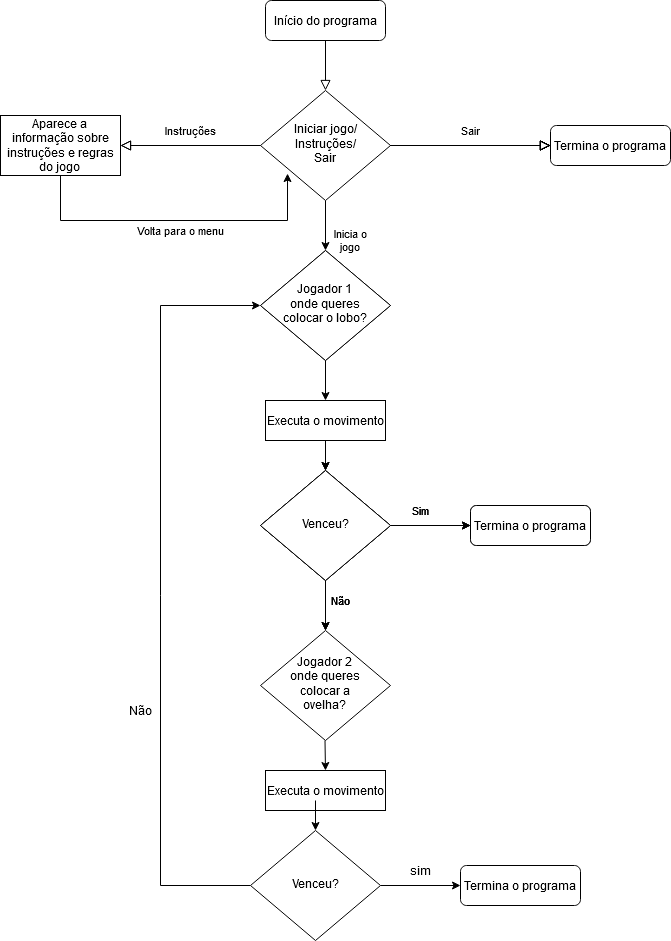
Earlier version of the draw.io export images/Fluxograma.png (FPTheFluffyPawed/Project1_LP12019). Source tidied: cells renumbered, new cells last; positions are measured from the earlier drawing's top-left corner, leaving out a move shared by most shapes. The source it was exported from:
```xml
<mxGraphModel>
  <root>
    <mxCell id="0" />
    <mxCell id="1" parent="0" />
    <mxCell id="2" style="rounded=0;html=1;jettySize=auto;fontSize=11;endArrow=block;endFill=0;endSize=8;strokeWidth=1;shadow=0;labelBackgroundColor=none;edgeStyle=orthogonalEdgeStyle;" parent="1" edge="1" source="3" target="7">
      <mxGeometry relative="1" as="geometry" />
    </mxCell>
    <mxCell id="3" value="Início do programa" style="rounded=1;whiteSpace=wrap;html=1;fontSize=12;glass=0;strokeWidth=1;shadow=0;" parent="1" vertex="1">
      <mxGeometry x="265" width="120" height="40" as="geometry" />
    </mxCell>
    <mxCell id="4" value="Instruções" style="rounded=0;html=1;jettySize=auto;fontSize=11;endArrow=block;endFill=0;endSize=8;strokeWidth=1;shadow=0;labelBackgroundColor=none;edgeStyle=orthogonalEdgeStyle;" parent="1" edge="1" source="7">
      <mxGeometry y="-15" relative="1" as="geometry">
        <mxPoint x="120" y="145" as="targetPoint" />
      </mxGeometry>
    </mxCell>
    <mxCell id="5" value="&lt;div&gt;Sair&lt;/div&gt;" style="edgeStyle=orthogonalEdgeStyle;rounded=0;html=1;jettySize=auto;fontSize=11;endArrow=block;endFill=0;endSize=8;strokeWidth=1;shadow=0;labelBackgroundColor=none;" parent="1" edge="1" source="7" target="8">
      <mxGeometry y="15" relative="1" as="geometry" />
    </mxCell>
    <mxCell id="6" style="edgeStyle=orthogonalEdgeStyle;rounded=0;jettySize=auto;html=1;" parent="1" edge="1" source="7">
      <mxGeometry relative="1" as="geometry">
        <mxPoint x="325" y="250" as="targetPoint" />
      </mxGeometry>
    </mxCell>
    <mxCell id="7" value="&lt;div&gt;Iniciar jogo/&lt;/div&gt;&lt;div&gt;Instruções/&lt;/div&gt;&lt;div&gt;Sair&lt;br&gt;&lt;/div&gt;" style="rhombus;whiteSpace=wrap;html=1;shadow=0;fontFamily=Helvetica;fontSize=12;align=center;strokeWidth=1;spacing=6;spacingTop=-4;" parent="1" vertex="1">
      <mxGeometry x="260" y="90" width="130" height="110" as="geometry" />
    </mxCell>
    <mxCell id="8" value="Termina o programa" style="rounded=1;whiteSpace=wrap;html=1;fontSize=12;glass=0;strokeWidth=1;shadow=0;" parent="1" vertex="1">
      <mxGeometry x="550" y="125" width="120" height="40" as="geometry" />
    </mxCell>
    <mxCell id="9" style="edgeStyle=orthogonalEdgeStyle;rounded=0;jettySize=auto;html=1;entryX=0.208;entryY=0.755;entryDx=0;entryDy=0;entryPerimeter=0;" parent="1" edge="1" source="10" target="7">
      <mxGeometry relative="1" as="geometry">
        <Array as="points">
          <mxPoint x="60" y="220" />
          <mxPoint x="287" y="220" />
        </Array>
      </mxGeometry>
    </mxCell>
    <mxCell id="10" value="&lt;div&gt;Aparece a &lt;br&gt;&lt;/div&gt;&lt;div&gt;informação sobre instruções e regras do jogo&lt;br&gt;&lt;/div&gt;" style="rounded=0;whiteSpace=wrap;html=1;" parent="1" vertex="1">
      <mxGeometry y="115" width="120" height="60" as="geometry" />
    </mxCell>
    <mxCell id="11" value="Volta para o menu" style="rounded=0;html=1;jettySize=auto;orthogonalLoop=1;fontSize=11;endArrow=block;endFill=0;endSize=8;strokeWidth=1;shadow=0;labelBackgroundColor=none;edgeStyle=orthogonalEdgeStyle;" parent="1" edge="1">
      <mxGeometry x="0.14" y="85" relative="1" as="geometry">
        <mxPoint x="260" y="145" as="sourcePoint" />
        <mxPoint x="120" y="145" as="targetPoint" />
      </mxGeometry>
    </mxCell>
    <mxCell id="12" value="&lt;div&gt;Inicia o &lt;br&gt;&lt;/div&gt;&lt;div&gt;jogo&lt;br&gt;&lt;/div&gt;" style="edgeStyle=orthogonalEdgeStyle;rounded=0;html=1;jettySize=auto;orthogonalLoop=1;fontSize=11;endArrow=block;endFill=0;endSize=8;strokeWidth=1;shadow=0;labelBackgroundColor=none;" parent="1" edge="1">
      <mxGeometry x="-1" y="-103" relative="1" as="geometry">
        <mxPoint x="390" y="145" as="sourcePoint" />
        <mxPoint x="550" y="145" as="targetPoint" />
        <mxPoint x="-40" y="-8" as="offset" />
      </mxGeometry>
    </mxCell>
    <mxCell id="13" style="edgeStyle=orthogonalEdgeStyle;rounded=0;jettySize=auto;html=1;" parent="1" edge="1" source="14">
      <mxGeometry relative="1" as="geometry">
        <mxPoint x="325" y="400" as="targetPoint" />
      </mxGeometry>
    </mxCell>
    <mxCell id="14" value="&lt;div&gt;Jogador 1&lt;/div&gt;&lt;div&gt;onde queres&lt;/div&gt;&lt;div&gt;colocar o lobo?&lt;br&gt;&lt;/div&gt;" style="rhombus;whiteSpace=wrap;html=1;shadow=0;fontFamily=Helvetica;fontSize=12;align=center;strokeWidth=1;spacing=6;spacingTop=-4;" parent="1" vertex="1">
      <mxGeometry x="260" y="250" width="130" height="110" as="geometry" />
    </mxCell>
    <mxCell id="15" style="edgeStyle=orthogonalEdgeStyle;rounded=0;jettySize=auto;html=1;" parent="1" edge="1" source="16" target="20">
      <mxGeometry relative="1" as="geometry" />
    </mxCell>
    <mxCell id="16" value="Executa o movimento" style="rounded=0;whiteSpace=wrap;html=1;" parent="1" vertex="1">
      <mxGeometry x="265" y="400" width="120" height="40" as="geometry" />
    </mxCell>
    <mxCell id="17" value="&lt;div&gt;Jogador 1&lt;/div&gt;&lt;div&gt;onde queres&lt;/div&gt;&lt;div&gt;colocar o lobo?&lt;br&gt;&lt;/div&gt;" style="rhombus;whiteSpace=wrap;html=1;shadow=0;fontFamily=Helvetica;fontSize=12;align=center;strokeWidth=1;spacing=6;spacingTop=-4;" parent="1" vertex="1">
      <mxGeometry x="260" y="250" width="130" height="110" as="geometry" />
    </mxCell>
    <mxCell id="18" style="edgeStyle=orthogonalEdgeStyle;rounded=0;jettySize=auto;html=1;" parent="1" edge="1" source="20">
      <mxGeometry relative="1" as="geometry">
        <mxPoint x="470" y="525" as="targetPoint" />
      </mxGeometry>
    </mxCell>
    <mxCell id="19" style="edgeStyle=orthogonalEdgeStyle;rounded=0;jettySize=auto;html=1;" parent="1" edge="1" source="20" target="21">
      <mxGeometry relative="1" as="geometry" />
    </mxCell>
    <mxCell id="20" value="Venceu?" style="rhombus;whiteSpace=wrap;html=1;shadow=0;fontFamily=Helvetica;fontSize=12;align=center;strokeWidth=1;spacing=6;spacingTop=-4;" parent="1" vertex="1">
      <mxGeometry x="260" y="470" width="130" height="110" as="geometry" />
    </mxCell>
    <mxCell id="21" value="&lt;div&gt;Jogador 2&lt;/div&gt;&lt;div&gt;onde queres &lt;br&gt;&lt;/div&gt;&lt;div&gt;colocar a &lt;br&gt;&lt;/div&gt;&lt;div&gt;ovelha?&lt;br&gt;&lt;/div&gt;" style="rhombus;whiteSpace=wrap;html=1;shadow=0;fontFamily=Helvetica;fontSize=12;align=center;strokeWidth=1;spacing=6;spacingTop=-4;" parent="1" vertex="1">
      <mxGeometry x="260" y="630" width="130" height="110" as="geometry" />
    </mxCell>
    <mxCell id="22" value="Termina o programa" style="rounded=1;whiteSpace=wrap;html=1;fontSize=12;glass=0;strokeWidth=1;shadow=0;" parent="1" vertex="1">
      <mxGeometry x="470" y="505" width="120" height="40" as="geometry" />
    </mxCell>
    <mxCell id="23" value="Sim" style="edgeStyle=orthogonalEdgeStyle;rounded=0;html=1;jettySize=auto;orthogonalLoop=1;fontSize=11;endArrow=block;endFill=0;endSize=8;strokeWidth=1;shadow=0;labelBackgroundColor=none;" parent="1" edge="1">
      <mxGeometry x="-0.62" y="-365" relative="1" as="geometry">
        <mxPoint x="390" y="145" as="sourcePoint" />
        <mxPoint x="550" y="145" as="targetPoint" />
      </mxGeometry>
    </mxCell>
    <mxCell id="24" value="Não" style="edgeStyle=orthogonalEdgeStyle;rounded=0;html=1;jettySize=auto;orthogonalLoop=1;fontSize=11;endArrow=block;endFill=0;endSize=8;strokeWidth=1;shadow=0;labelBackgroundColor=none;" parent="1" edge="1">
      <mxGeometry x="-1" y="-458" relative="1" as="geometry">
        <mxPoint x="390" y="145" as="sourcePoint" />
        <mxPoint x="550" y="145" as="targetPoint" />
        <mxPoint x="-50" y="-3" as="offset" />
      </mxGeometry>
    </mxCell>
    <mxCell id="25" style="edgeStyle=orthogonalEdgeStyle;rounded=0;orthogonalLoop=1;jettySize=auto;html=1;" parent="1" edge="1">
      <mxGeometry relative="1" as="geometry">
        <mxPoint x="324.5" y="740" as="sourcePoint" />
        <mxPoint x="325" y="770" as="targetPoint" />
      </mxGeometry>
    </mxCell>
    <mxCell id="26" value="Executa o movimento" style="rounded=0;whiteSpace=wrap;html=1;" parent="1" vertex="1">
      <mxGeometry x="265" y="770" width="120" height="40" as="geometry" />
    </mxCell>
    <mxCell id="27" style="edgeStyle=orthogonalEdgeStyle;rounded=0;jettySize=auto;html=1;" parent="1" edge="1" target="30">
      <mxGeometry relative="1" as="geometry">
        <mxPoint x="325" y="440" as="sourcePoint" />
      </mxGeometry>
    </mxCell>
    <mxCell id="28" style="edgeStyle=orthogonalEdgeStyle;rounded=0;jettySize=auto;html=1;" parent="1" edge="1" source="30">
      <mxGeometry relative="1" as="geometry">
        <mxPoint x="470" y="525" as="targetPoint" />
      </mxGeometry>
    </mxCell>
    <mxCell id="29" style="edgeStyle=orthogonalEdgeStyle;rounded=0;jettySize=auto;html=1;" parent="1" edge="1" source="30">
      <mxGeometry relative="1" as="geometry">
        <mxPoint x="325" y="630" as="targetPoint" />
      </mxGeometry>
    </mxCell>
    <mxCell id="30" value="Venceu?" style="rhombus;whiteSpace=wrap;html=1;shadow=0;fontFamily=Helvetica;fontSize=12;align=center;strokeWidth=1;spacing=6;spacingTop=-4;" parent="1" vertex="1">
      <mxGeometry x="260" y="470" width="130" height="110" as="geometry" />
    </mxCell>
    <mxCell id="31" value="Sim" style="edgeStyle=orthogonalEdgeStyle;rounded=0;html=1;jettySize=auto;orthogonalLoop=1;fontSize=11;endArrow=block;endFill=0;endSize=8;strokeWidth=1;shadow=0;labelBackgroundColor=none;" parent="1" edge="1">
      <mxGeometry x="-0.62" y="-365" relative="1" as="geometry">
        <mxPoint x="390" y="145" as="sourcePoint" />
        <mxPoint x="550" y="145" as="targetPoint" />
      </mxGeometry>
    </mxCell>
    <mxCell id="32" value="Não" style="edgeStyle=orthogonalEdgeStyle;rounded=0;html=1;jettySize=auto;orthogonalLoop=1;fontSize=11;endArrow=block;endFill=0;endSize=8;strokeWidth=1;shadow=0;labelBackgroundColor=none;" parent="1" edge="1">
      <mxGeometry x="-1" y="-458" relative="1" as="geometry">
        <mxPoint x="390" y="145" as="sourcePoint" />
        <mxPoint x="550" y="145" as="targetPoint" />
        <mxPoint x="-50" y="-3" as="offset" />
      </mxGeometry>
    </mxCell>
    <mxCell id="33" value="Termina o programa" style="rounded=1;whiteSpace=wrap;html=1;fontSize=12;glass=0;strokeWidth=1;shadow=0;" parent="1" vertex="1">
      <mxGeometry x="470" y="505" width="120" height="40" as="geometry" />
    </mxCell>
    <mxCell id="34" style="edgeStyle=orthogonalEdgeStyle;rounded=0;jettySize=auto;html=1;" parent="1" edge="1" target="37">
      <mxGeometry relative="1" as="geometry">
        <mxPoint x="325" y="440" as="sourcePoint" />
      </mxGeometry>
    </mxCell>
    <mxCell id="35" style="edgeStyle=orthogonalEdgeStyle;rounded=0;jettySize=auto;html=1;" parent="1" edge="1" source="37">
      <mxGeometry relative="1" as="geometry">
        <mxPoint x="470" y="525" as="targetPoint" />
      </mxGeometry>
    </mxCell>
    <mxCell id="36" style="edgeStyle=orthogonalEdgeStyle;rounded=0;jettySize=auto;html=1;" parent="1" edge="1" source="37">
      <mxGeometry relative="1" as="geometry">
        <mxPoint x="325" y="630" as="targetPoint" />
      </mxGeometry>
    </mxCell>
    <mxCell id="37" value="Venceu?" style="rhombus;whiteSpace=wrap;html=1;shadow=0;fontFamily=Helvetica;fontSize=12;align=center;strokeWidth=1;spacing=6;spacingTop=-4;" parent="1" vertex="1">
      <mxGeometry x="260" y="470" width="130" height="110" as="geometry" />
    </mxCell>
    <mxCell id="38" value="Não" style="edgeStyle=orthogonalEdgeStyle;rounded=0;html=1;jettySize=auto;orthogonalLoop=1;fontSize=11;endArrow=block;endFill=0;endSize=8;strokeWidth=1;shadow=0;labelBackgroundColor=none;" parent="1" edge="1">
      <mxGeometry x="-1" y="-458" relative="1" as="geometry">
        <mxPoint x="390" y="145" as="sourcePoint" />
        <mxPoint x="550" y="145" as="targetPoint" />
        <mxPoint x="-50" y="-3" as="offset" />
      </mxGeometry>
    </mxCell>
    <mxCell id="39" value="Termina o programa" style="rounded=1;whiteSpace=wrap;html=1;fontSize=12;glass=0;strokeWidth=1;shadow=0;" parent="1" vertex="1">
      <mxGeometry x="460" y="865" width="120" height="40" as="geometry" />
    </mxCell>
    <mxCell id="40" style="edgeStyle=orthogonalEdgeStyle;rounded=0;jettySize=auto;html=1;" parent="1" edge="1" target="43">
      <mxGeometry relative="1" as="geometry">
        <mxPoint x="315" y="800" as="sourcePoint" />
      </mxGeometry>
    </mxCell>
    <mxCell id="41" style="edgeStyle=orthogonalEdgeStyle;rounded=0;jettySize=auto;html=1;" parent="1" edge="1" source="43">
      <mxGeometry relative="1" as="geometry">
        <mxPoint x="460" y="885" as="targetPoint" />
      </mxGeometry>
    </mxCell>
    <mxCell id="42" style="edgeStyle=orthogonalEdgeStyle;rounded=0;jettySize=auto;html=1;entryX=0;entryY=0.5;entryDx=0;entryDy=0;" parent="1" edge="1" source="43" target="17">
      <mxGeometry relative="1" as="geometry">
        <Array as="points">
          <mxPoint x="160" y="885" />
          <mxPoint x="160" y="305" />
        </Array>
      </mxGeometry>
    </mxCell>
    <mxCell id="43" value="Venceu?" style="rhombus;whiteSpace=wrap;html=1;shadow=0;fontFamily=Helvetica;fontSize=12;align=center;strokeWidth=1;spacing=6;spacingTop=-4;" parent="1" vertex="1">
      <mxGeometry x="250" y="830" width="130" height="110" as="geometry" />
    </mxCell>
    <mxCell id="44" value="&lt;div&gt;sim&lt;/div&gt;" style="text;html=1;strokeColor=none;fillColor=none;align=center;verticalAlign=middle;whiteSpace=wrap;rounded=0;" parent="1" vertex="1">
      <mxGeometry x="400" y="860" width="40" height="20" as="geometry" />
    </mxCell>
    <mxCell id="45" value="Não" style="text;html=1;strokeColor=none;fillColor=none;align=center;verticalAlign=middle;whiteSpace=wrap;rounded=0;" parent="1" vertex="1">
      <mxGeometry x="120" y="700" width="40" height="20" as="geometry" />
    </mxCell>
  </root>
</mxGraphModel>
```
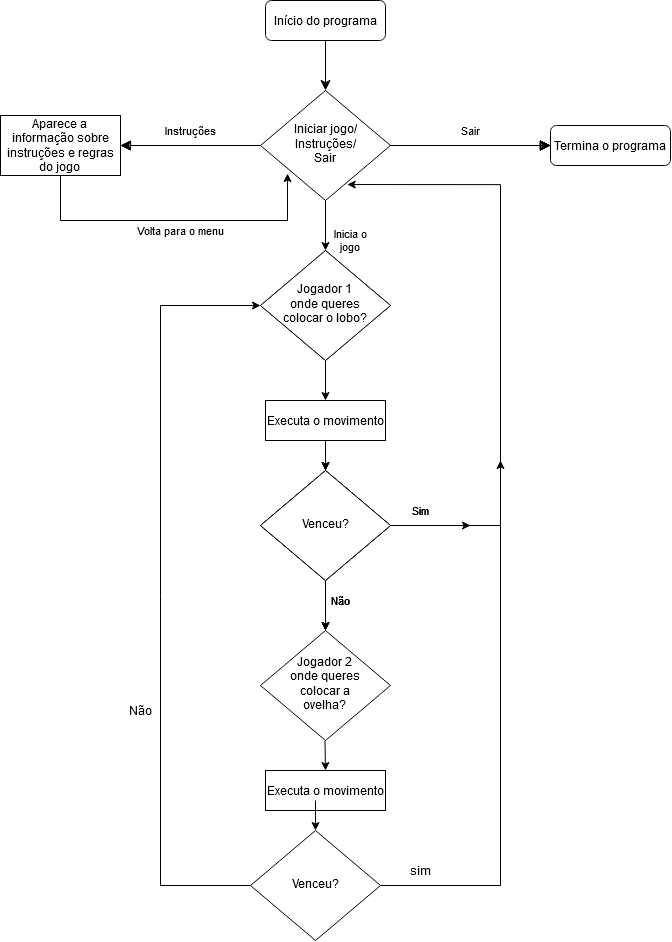
Later version of the same file.

Diff of the diagram source:
```diff
@@ -2,7 +2,7 @@
   <root>
     <mxCell id="0" />
     <mxCell id="1" parent="0" />
-    <mxCell id="2" style="rounded=0;html=1;jettySize=auto;fontSize=11;endArrow=block;endFill=0;endSize=8;strokeWidth=1;shadow=0;labelBackgroundColor=none;edgeStyle=orthogonalEdgeStyle;" parent="1" edge="1" source="3" target="7">
+    <mxCell id="2" style="rounded=0;html=1;jettySize=auto;fontSize=11;endArrow=classic;endFill=1;endSize=8;strokeWidth=1;shadow=0;labelBackgroundColor=none;edgeStyle=orthogonalEdgeStyle;" parent="1" edge="1" source="3" target="7">
       <mxGeometry relative="1" as="geometry" />
     </mxCell>
     <mxCell id="3" value="Início do programa" style="rounded=1;whiteSpace=wrap;html=1;fontSize=12;glass=0;strokeWidth=1;shadow=0;" parent="1" vertex="1">
@@ -38,7 +38,7 @@
     <mxCell id="10" value="&lt;div&gt;Aparece a &lt;br&gt;&lt;/div&gt;&lt;div&gt;informação sobre instruções e regras do jogo&lt;br&gt;&lt;/div&gt;" style="rounded=0;whiteSpace=wrap;html=1;" parent="1" vertex="1">
       <mxGeometry y="115" width="120" height="60" as="geometry" />
     </mxCell>
-    <mxCell id="11" value="Volta para o menu" style="rounded=0;html=1;jettySize=auto;orthogonalLoop=1;fontSize=11;endArrow=block;endFill=0;endSize=8;strokeWidth=1;shadow=0;labelBackgroundColor=none;edgeStyle=orthogonalEdgeStyle;" parent="1" edge="1">
+    <mxCell id="11" value="Volta para o menu" style="rounded=0;html=1;jettySize=auto;orthogonalLoop=1;fontSize=11;endArrow=classic;endFill=1;endSize=8;strokeWidth=1;shadow=0;labelBackgroundColor=none;edgeStyle=orthogonalEdgeStyle;" parent="1" edge="1">
       <mxGeometry x="0.14" y="85" relative="1" as="geometry">
         <mxPoint x="260" y="145" as="sourcePoint" />
         <mxPoint x="120" y="145" as="targetPoint" />
@@ -82,9 +82,6 @@
     <mxCell id="21" value="&lt;div&gt;Jogador 2&lt;/div&gt;&lt;div&gt;onde queres &lt;br&gt;&lt;/div&gt;&lt;div&gt;colocar a &lt;br&gt;&lt;/div&gt;&lt;div&gt;ovelha?&lt;br&gt;&lt;/div&gt;" style="rhombus;whiteSpace=wrap;html=1;shadow=0;fontFamily=Helvetica;fontSize=12;align=center;strokeWidth=1;spacing=6;spacingTop=-4;" parent="1" vertex="1">
       <mxGeometry x="260" y="630" width="130" height="110" as="geometry" />
     </mxCell>
-    <mxCell id="22" value="Termina o programa" style="rounded=1;whiteSpace=wrap;html=1;fontSize=12;glass=0;strokeWidth=1;shadow=0;" parent="1" vertex="1">
-      <mxGeometry x="470" y="505" width="120" height="40" as="geometry" />
-    </mxCell>
     <mxCell id="23" value="Sim" style="edgeStyle=orthogonalEdgeStyle;rounded=0;html=1;jettySize=auto;orthogonalLoop=1;fontSize=11;endArrow=block;endFill=0;endSize=8;strokeWidth=1;shadow=0;labelBackgroundColor=none;" parent="1" edge="1">
       <mxGeometry x="-0.62" y="-365" relative="1" as="geometry">
         <mxPoint x="390" y="145" as="sourcePoint" />
@@ -112,9 +109,12 @@
         <mxPoint x="325" y="440" as="sourcePoint" />
       </mxGeometry>
     </mxCell>
-    <mxCell id="28" style="edgeStyle=orthogonalEdgeStyle;rounded=0;jettySize=auto;html=1;" parent="1" edge="1" source="30">
+    <mxCell id="28" style="edgeStyle=orthogonalEdgeStyle;rounded=0;jettySize=auto;html=1;entryX=0.667;entryY=0.855;entryDx=0;entryDy=0;entryPerimeter=0;" parent="1" edge="1" source="30" target="7">
       <mxGeometry relative="1" as="geometry">
-        <mxPoint x="470" y="525" as="targetPoint" />
+        <Array as="points">
+          <mxPoint x="500" y="525" />
+          <mxPoint x="500" y="184" />
+        </Array>
       </mxGeometry>
     </mxCell>
     <mxCell id="29" style="edgeStyle=orthogonalEdgeStyle;rounded=0;jettySize=auto;html=1;" parent="1" edge="1" source="30">
@@ -138,19 +138,11 @@
         <mxPoint x="-50" y="-3" as="offset" />
       </mxGeometry>
     </mxCell>
-    <mxCell id="33" value="Termina o programa" style="rounded=1;whiteSpace=wrap;html=1;fontSize=12;glass=0;strokeWidth=1;shadow=0;" parent="1" vertex="1">
-      <mxGeometry x="470" y="505" width="120" height="40" as="geometry" />
-    </mxCell>
     <mxCell id="34" style="edgeStyle=orthogonalEdgeStyle;rounded=0;jettySize=auto;html=1;" parent="1" edge="1" target="37">
       <mxGeometry relative="1" as="geometry">
         <mxPoint x="325" y="440" as="sourcePoint" />
       </mxGeometry>
     </mxCell>
-    <mxCell id="35" style="edgeStyle=orthogonalEdgeStyle;rounded=0;jettySize=auto;html=1;" parent="1" edge="1" source="37">
-      <mxGeometry relative="1" as="geometry">
-        <mxPoint x="470" y="525" as="targetPoint" />
-      </mxGeometry>
-    </mxCell>
     <mxCell id="36" style="edgeStyle=orthogonalEdgeStyle;rounded=0;jettySize=auto;html=1;" parent="1" edge="1" source="37">
       <mxGeometry relative="1" as="geometry">
         <mxPoint x="325" y="630" as="targetPoint" />
@@ -159,16 +151,13 @@
     <mxCell id="37" value="Venceu?" style="rhombus;whiteSpace=wrap;html=1;shadow=0;fontFamily=Helvetica;fontSize=12;align=center;strokeWidth=1;spacing=6;spacingTop=-4;" parent="1" vertex="1">
       <mxGeometry x="260" y="470" width="130" height="110" as="geometry" />
     </mxCell>
-    <mxCell id="38" value="Não" style="edgeStyle=orthogonalEdgeStyle;rounded=0;html=1;jettySize=auto;orthogonalLoop=1;fontSize=11;endArrow=block;endFill=0;endSize=8;strokeWidth=1;shadow=0;labelBackgroundColor=none;" parent="1" edge="1">
+    <mxCell id="38" value="Não" style="edgeStyle=orthogonalEdgeStyle;rounded=0;html=1;jettySize=auto;orthogonalLoop=1;fontSize=11;endArrow=classic;endFill=1;endSize=8;strokeWidth=1;shadow=0;labelBackgroundColor=none;" parent="1" edge="1">
       <mxGeometry x="-1" y="-458" relative="1" as="geometry">
         <mxPoint x="390" y="145" as="sourcePoint" />
         <mxPoint x="550" y="145" as="targetPoint" />
         <mxPoint x="-50" y="-3" as="offset" />
       </mxGeometry>
     </mxCell>
-    <mxCell id="39" value="Termina o programa" style="rounded=1;whiteSpace=wrap;html=1;fontSize=12;glass=0;strokeWidth=1;shadow=0;" parent="1" vertex="1">
-      <mxGeometry x="460" y="865" width="120" height="40" as="geometry" />
-    </mxCell>
     <mxCell id="40" style="edgeStyle=orthogonalEdgeStyle;rounded=0;jettySize=auto;html=1;" parent="1" edge="1" target="43">
       <mxGeometry relative="1" as="geometry">
         <mxPoint x="315" y="800" as="sourcePoint" />
@@ -176,7 +165,7 @@
     </mxCell>
     <mxCell id="41" style="edgeStyle=orthogonalEdgeStyle;rounded=0;jettySize=auto;html=1;" parent="1" edge="1" source="43">
       <mxGeometry relative="1" as="geometry">
-        <mxPoint x="460" y="885" as="targetPoint" />
+        <mxPoint x="500" y="460" as="targetPoint" />
       </mxGeometry>
     </mxCell>
     <mxCell id="42" style="edgeStyle=orthogonalEdgeStyle;rounded=0;jettySize=auto;html=1;entryX=0;entryY=0.5;entryDx=0;entryDy=0;" parent="1" edge="1" source="43" target="17">
```
